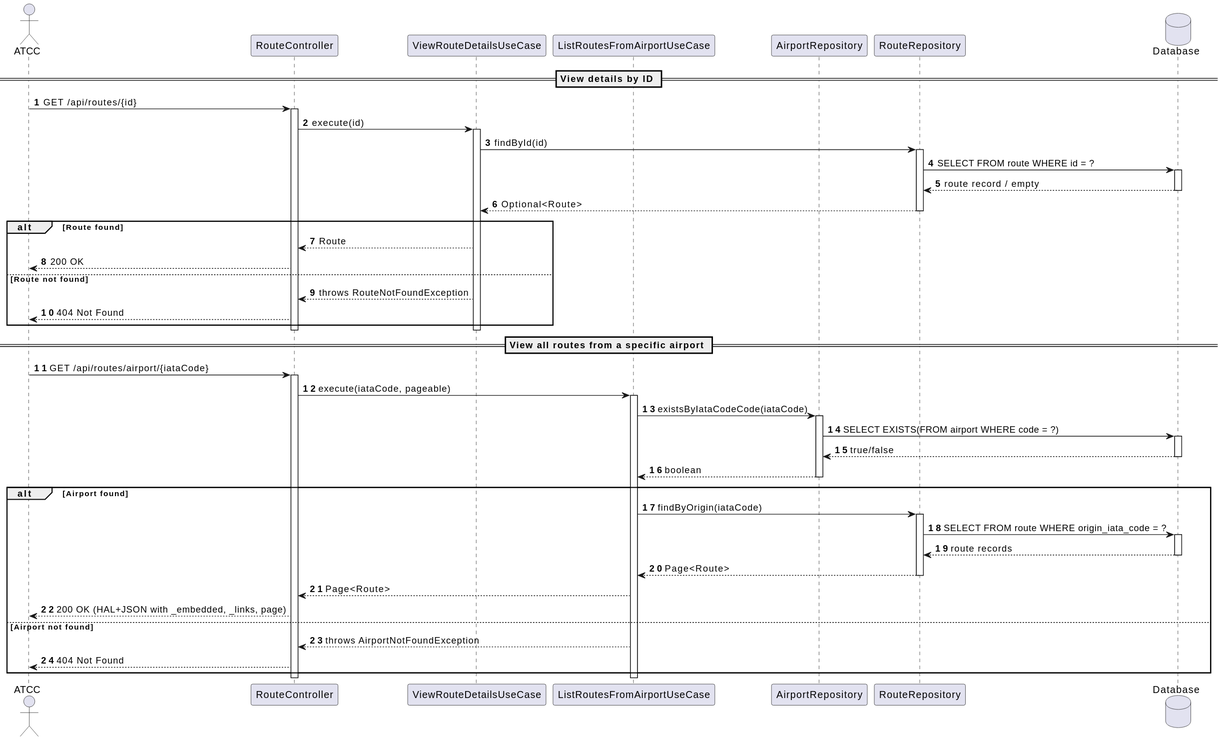
Earlier version of the PlantUML export docs/system-documentation/use-cases/WP3A/US113/svg/sd_us113.svg (VascoMagolo/psoft_1231562_1241692_1242036_2db).
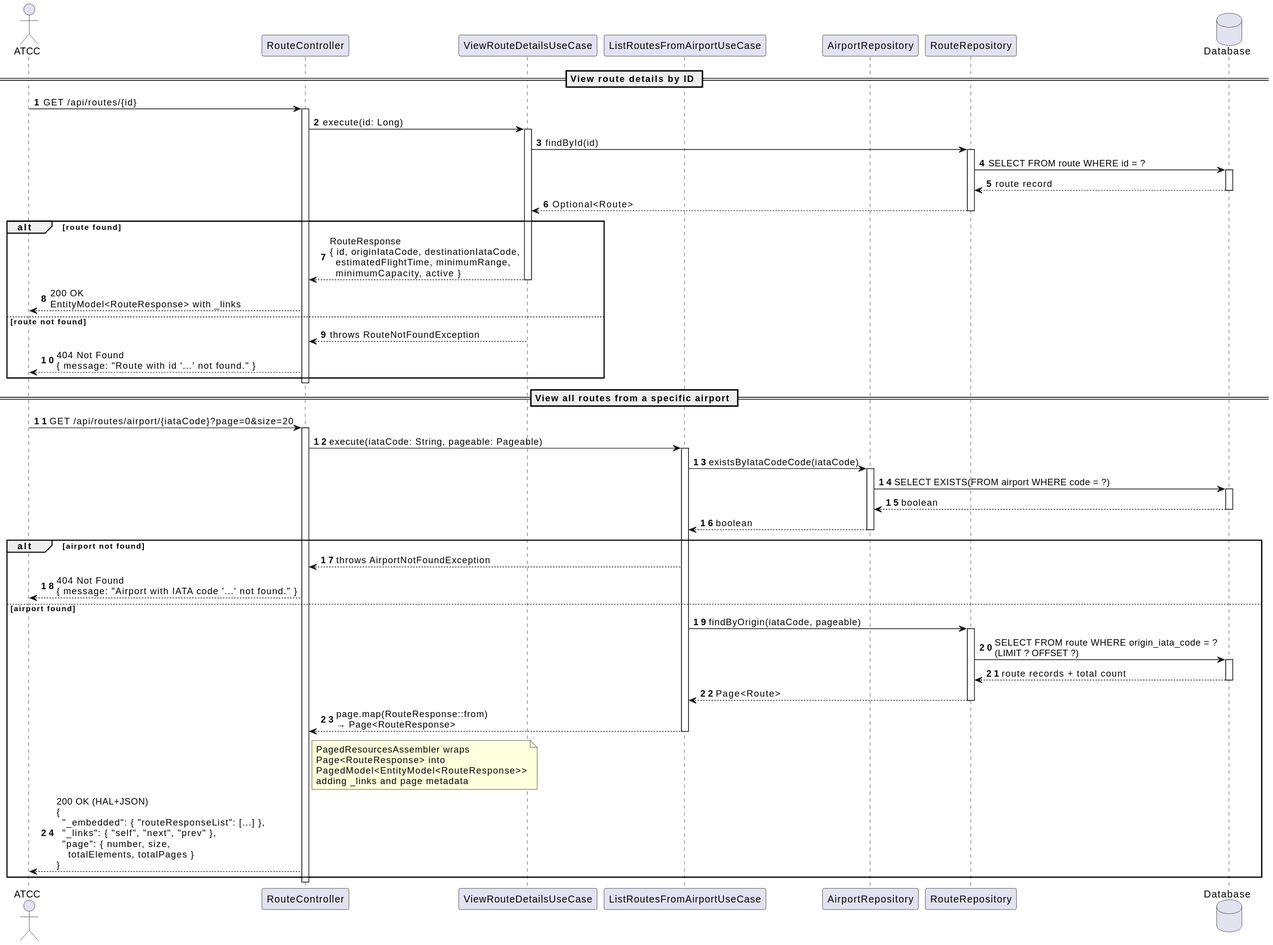
Above is the later version.

Change to the diagram source:
```diff
@@ -8,62 +8,74 @@
 participant "RouteRepository" as RouteRepo
 database "Database" as DB
 
-== View details by ID ==
+== View route details by ID ==
 Actor -> Ctrl : GET /api/routes/{id}
 activate Ctrl
 
-Ctrl -> DetailsUC : execute(id)
+Ctrl -> DetailsUC : execute(id: Long)
 activate DetailsUC
 
 DetailsUC -> RouteRepo : findById(id)
 activate RouteRepo
 RouteRepo -> DB : SELECT FROM route WHERE id = ?
 activate DB
-DB --> RouteRepo : route record / empty
+DB --> RouteRepo : route record
 deactivate DB
 RouteRepo --> DetailsUC : Optional<Route>
 deactivate RouteRepo
 
-alt Route found
-  DetailsUC --> Ctrl : Route
-  Ctrl --> Actor : 200 OK
-else Route not found
+alt route found
+  DetailsUC --> Ctrl : RouteResponse\n{ id, originIataCode, destinationIataCode,\n  estimatedFlightTime, minimumRange,\n  minimumCapacity, active }
+  deactivate DetailsUC
+  Ctrl --> Actor : 200 OK\nEntityModel<RouteResponse> with _links
+else route not found
   DetailsUC --> Ctrl : throws RouteNotFoundException
-  Ctrl --> Actor : 404 Not Found
+  Ctrl --> Actor : 404 Not Found\n{ message: "Route with id '...' not found." }
 end
-deactivate DetailsUC
+
 deactivate Ctrl
 
 == View all routes from a specific airport ==
-Actor -> Ctrl : GET /api/routes/airport/{iataCode}
+Actor -> Ctrl : GET /api/routes/airport/{iataCode}?page=0&size=20
 activate Ctrl
-Ctrl -> ListUC : execute(iataCode, pageable)
+
+Ctrl -> ListUC : execute(iataCode: String, pageable: Pageable)
 activate ListUC
 
 ListUC -> AirportRepo : existsByIataCodeCode(iataCode)
 activate AirportRepo
 AirportRepo -> DB : SELECT EXISTS(FROM airport WHERE code = ?)
 activate DB
-DB --> AirportRepo : true/false
+DB --> AirportRepo : boolean
 deactivate DB
 AirportRepo --> ListUC : boolean
 deactivate AirportRepo
 
-alt Airport found
-    ListUC -> RouteRepo : findByOrigin(iataCode)
-    activate RouteRepo
-    RouteRepo -> DB : SELECT FROM route WHERE origin_iata_code = ?
-    activate DB
-    DB --> RouteRepo : route records
-    deactivate DB
-    RouteRepo --> ListUC : Page<Route>
-    deactivate RouteRepo
-    ListUC --> Ctrl : Page<Route>
-    Ctrl --> Actor : 200 OK (HAL+JSON with _embedded, _links, page)
-else Airport not found
-    ListUC --> Ctrl : throws AirportNotFoundException
-    Ctrl --> Actor : 404 Not Found
+alt airport not found
+  ListUC --> Ctrl : throws AirportNotFoundException
+  Ctrl --> Actor : 404 Not Found\n{ message: "Airport with IATA code '...' not found." }
+else airport found
+  ListUC -> RouteRepo : findByOrigin(iataCode, pageable)
+  activate RouteRepo
+  RouteRepo -> DB : SELECT FROM route WHERE origin_iata_code = ?\n(LIMIT ? OFFSET ?)
+  activate DB
+  DB --> RouteRepo : route records + total count
+  deactivate DB
+  RouteRepo --> ListUC : Page<Route>
+  deactivate RouteRepo
+
+  ListUC --> Ctrl : page.map(RouteResponse::from)\n→ Page<RouteResponse>
+  deactivate ListUC
+
+  note right of Ctrl
+    PagedResourcesAssembler wraps
+    Page<RouteResponse> into
+    PagedModel<EntityModel<RouteResponse>>
+    adding _links and page metadata
+  end note
+
+  Ctrl --> Actor : 200 OK (HAL+JSON)\n{\n  "_embedded": { "routeResponseList": [...] },\n  "_links": { "self", "next", "prev" },\n  "page": { number, size,\n    totalElements, totalPages }\n}
 end
-deactivate ListUC
+
 deactivate Ctrl
 @enduml
```
